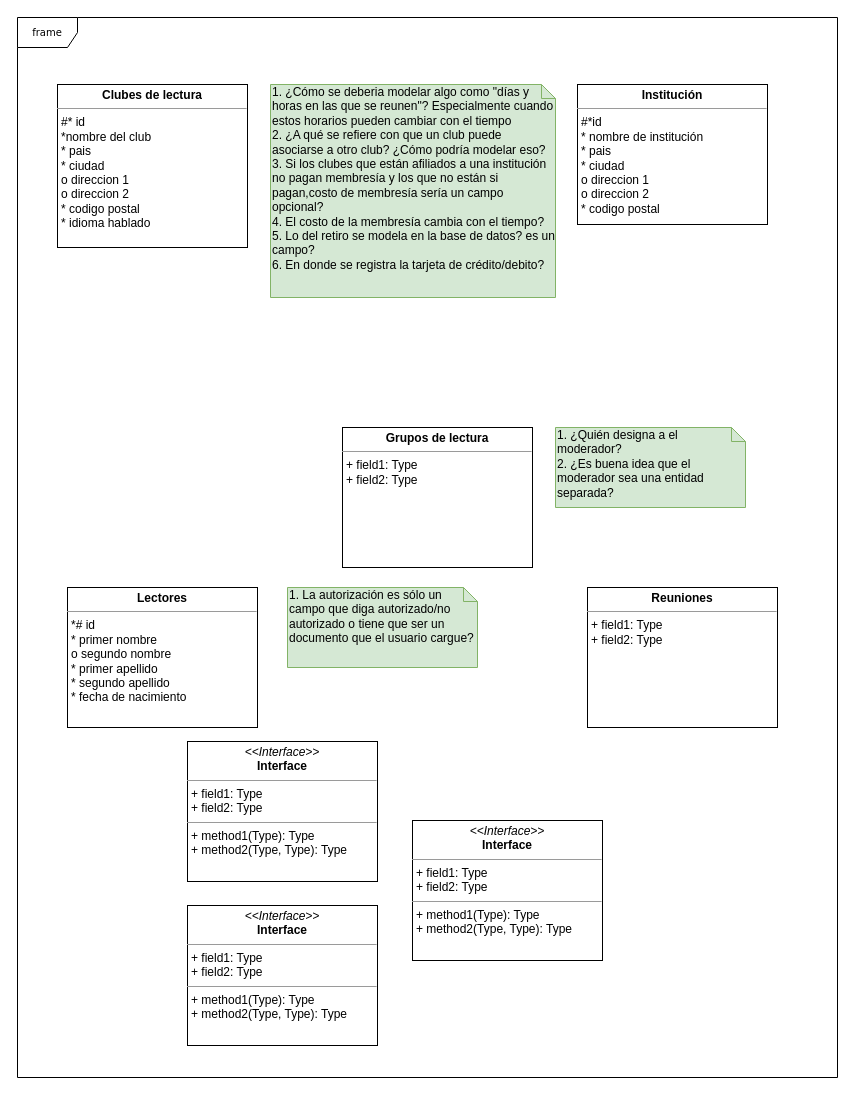
Above: DB I/RC (Pseudo) Data structure.drawio in NeutronBlast/IS-Ex (draw.io), before the change. Source tidied: cells renumbered, new cells numbered last; positions are measured from the earlier drawing's top-left corner, leaving out a move shared by most shapes. Both pictures are drawn from the tidied source at 100%, with x=0, y=0 at pixel (17, 17).
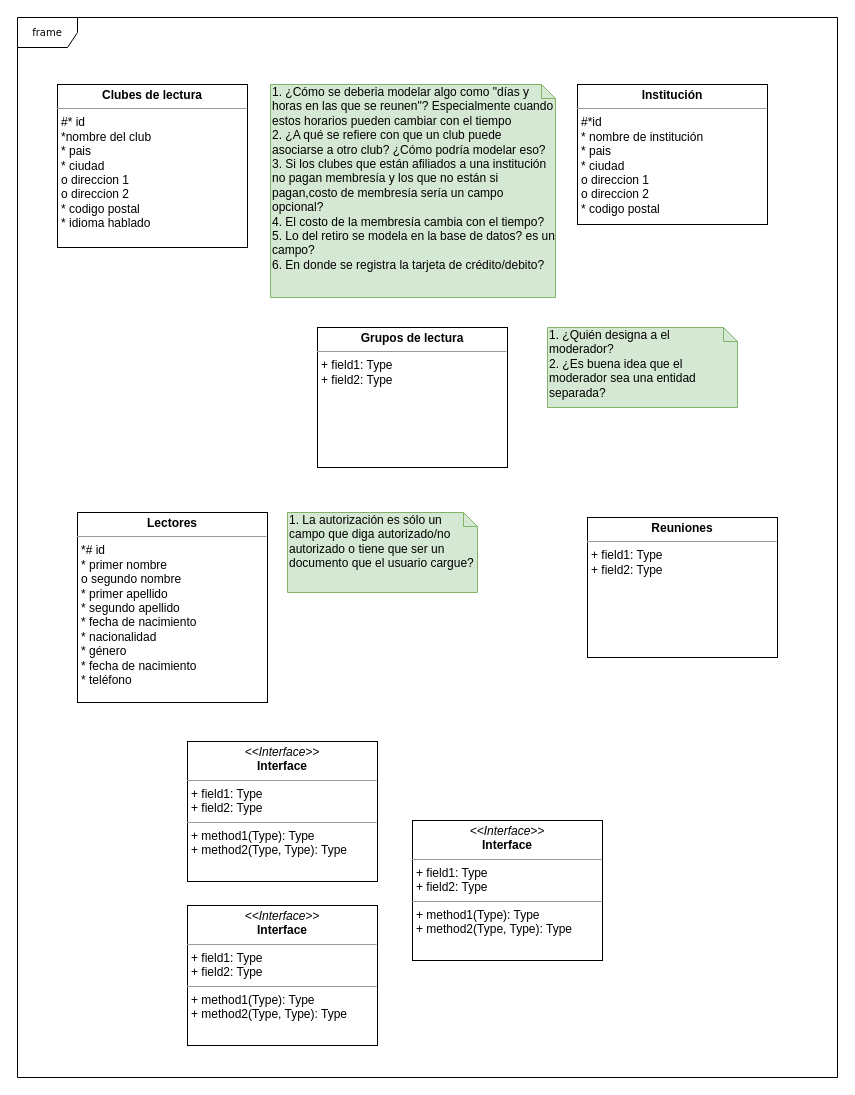
The same page after the edit.

The edit, as a diff of the source:
```diff
@@
 <mxGraphModel background="#ffffff">
   <root>
     <mxCell id="0" />
     <mxCell id="1" parent="0" />
     <mxCell id="2" value="frame" style="shape=umlFrame;whiteSpace=wrap;html=1;rounded=0;shadow=0;comic=0;labelBackgroundColor=none;strokeColor=#000000;strokeWidth=1;fillColor=#ffffff;fontFamily=Verdana;fontSize=10;fontColor=#000000;align=center;" parent="1" vertex="1">
       <mxGeometry width="820" height="1060" as="geometry" />
     </mxCell>
     <mxCell id="3" value="&lt;p style=&quot;margin:0px;margin-top:4px;text-align:center;&quot;&gt;&lt;i&gt;&amp;lt;&amp;lt;Interface&amp;gt;&amp;gt;&lt;/i&gt;&lt;br/&gt;&lt;b&gt;Interface&lt;/b&gt;&lt;/p&gt;&lt;hr size=&quot;1&quot;/&gt;&lt;p style=&quot;margin:0px;margin-left:4px;&quot;&gt;+ field1: Type&lt;br/&gt;+ field2: Type&lt;/p&gt;&lt;hr size=&quot;1&quot;/&gt;&lt;p style=&quot;margin:0px;margin-left:4px;&quot;&gt;+ method1(Type): Type&lt;br/&gt;+ method2(Type, Type): Type&lt;/p&gt;" style="verticalAlign=top;align=left;overflow=fill;fontSize=12;fontFamily=Helvetica;html=1;rounded=0;shadow=0;comic=0;labelBackgroundColor=none;strokeColor=#000000;strokeWidth=1;fillColor=#ffffff;" parent="1" vertex="1">
       <mxGeometry x="395" y="803" width="190" height="140" as="geometry" />
     </mxCell>
     <mxCell id="4" value="&lt;p style=&quot;margin: 0px ; margin-top: 4px ; text-align: center&quot;&gt;&lt;b&gt;Institución&lt;/b&gt;&lt;/p&gt;&lt;hr size=&quot;1&quot;&gt;&lt;p style=&quot;margin: 0px ; margin-left: 4px&quot;&gt;#*id&amp;nbsp;&lt;/p&gt;&lt;p style=&quot;margin: 0px ; margin-left: 4px&quot;&gt;* nombre de institución&lt;/p&gt;&lt;p style=&quot;margin: 0px 0px 0px 4px&quot;&gt;* pais&lt;/p&gt;&lt;p style=&quot;margin: 0px 0px 0px 4px&quot;&gt;* ciudad&lt;/p&gt;&lt;p style=&quot;margin: 0px 0px 0px 4px&quot;&gt;o direccion 1&lt;/p&gt;&lt;p style=&quot;margin: 0px 0px 0px 4px&quot;&gt;o direccion 2&lt;/p&gt;&lt;p style=&quot;margin: 0px 0px 0px 4px&quot;&gt;* codigo postal&lt;/p&gt;" style="verticalAlign=top;align=left;overflow=fill;fontSize=12;fontFamily=Helvetica;html=1;rounded=0;shadow=0;comic=0;labelBackgroundColor=none;strokeColor=#000000;strokeWidth=1;fillColor=#ffffff;" parent="1" vertex="1">
       <mxGeometry x="560" y="67" width="190" height="140" as="geometry" />
     </mxCell>
     <mxCell id="5" value="&lt;p style=&quot;margin:0px;margin-top:4px;text-align:center;&quot;&gt;&lt;i&gt;&amp;lt;&amp;lt;Interface&amp;gt;&amp;gt;&lt;/i&gt;&lt;br/&gt;&lt;b&gt;Interface&lt;/b&gt;&lt;/p&gt;&lt;hr size=&quot;1&quot;/&gt;&lt;p style=&quot;margin:0px;margin-left:4px;&quot;&gt;+ field1: Type&lt;br/&gt;+ field2: Type&lt;/p&gt;&lt;hr size=&quot;1&quot;/&gt;&lt;p style=&quot;margin:0px;margin-left:4px;&quot;&gt;+ method1(Type): Type&lt;br/&gt;+ method2(Type, Type): Type&lt;/p&gt;" style="verticalAlign=top;align=left;overflow=fill;fontSize=12;fontFamily=Helvetica;html=1;rounded=0;shadow=0;comic=0;labelBackgroundColor=none;strokeColor=#000000;strokeWidth=1;fillColor=#ffffff;" parent="1" vertex="1">
       <mxGeometry x="170" y="888" width="190" height="140" as="geometry" />
     </mxCell>
     <mxCell id="6" value="&lt;p style=&quot;margin:0px;margin-top:4px;text-align:center;&quot;&gt;&lt;i&gt;&amp;lt;&amp;lt;Interface&amp;gt;&amp;gt;&lt;/i&gt;&lt;br/&gt;&lt;b&gt;Interface&lt;/b&gt;&lt;/p&gt;&lt;hr size=&quot;1&quot;/&gt;&lt;p style=&quot;margin:0px;margin-left:4px;&quot;&gt;+ field1: Type&lt;br/&gt;+ field2: Type&lt;/p&gt;&lt;hr size=&quot;1&quot;/&gt;&lt;p style=&quot;margin:0px;margin-left:4px;&quot;&gt;+ method1(Type): Type&lt;br/&gt;+ method2(Type, Type): Type&lt;/p&gt;" style="verticalAlign=top;align=left;overflow=fill;fontSize=12;fontFamily=Helvetica;html=1;rounded=0;shadow=0;comic=0;labelBackgroundColor=none;strokeColor=#000000;strokeWidth=1;fillColor=#ffffff;" parent="1" vertex="1">
       <mxGeometry x="170" y="724" width="190" height="140" as="geometry" />
     </mxCell>
     <mxCell id="7" value="&lt;p style=&quot;margin: 0px ; margin-top: 4px ; text-align: center&quot;&gt;&lt;b&gt;Reuniones&lt;/b&gt;&lt;/p&gt;&lt;hr size=&quot;1&quot;&gt;&lt;p style=&quot;margin: 0px ; margin-left: 4px&quot;&gt;+ field1: Type&lt;br&gt;+ field2: Type&lt;/p&gt;&lt;p style=&quot;margin: 0px ; margin-left: 4px&quot;&gt;&lt;br&gt;&lt;/p&gt;" style="verticalAlign=top;align=left;overflow=fill;fontSize=12;fontFamily=Helvetica;html=1;rounded=0;shadow=0;comic=0;labelBackgroundColor=none;strokeColor=#000000;strokeWidth=1;fillColor=#ffffff;" parent="1" vertex="1">
-      <mxGeometry x="570" y="570" width="190" height="140" as="geometry" />
+      <mxGeometry x="570" y="500" width="190" height="140" as="geometry" />
     </mxCell>
     <mxCell id="8" value="&lt;p style=&quot;margin: 0px ; margin-top: 4px ; text-align: center&quot;&gt;&lt;b&gt;Clubes de lectura&lt;/b&gt;&lt;/p&gt;&lt;hr size=&quot;1&quot;&gt;&lt;p style=&quot;margin: 0px ; margin-left: 4px&quot;&gt;#* id&lt;/p&gt;&lt;p style=&quot;margin: 0px ; margin-left: 4px&quot;&gt;*nombre del club&lt;/p&gt;&lt;p style=&quot;margin: 0px ; margin-left: 4px&quot;&gt;* pais&lt;/p&gt;&lt;p style=&quot;margin: 0px ; margin-left: 4px&quot;&gt;* ciudad&lt;/p&gt;&lt;p style=&quot;margin: 0px ; margin-left: 4px&quot;&gt;o direccion 1&lt;/p&gt;&lt;p style=&quot;margin: 0px ; margin-left: 4px&quot;&gt;o direccion 2&lt;/p&gt;&lt;p style=&quot;margin: 0px ; margin-left: 4px&quot;&gt;* codigo postal&lt;/p&gt;&lt;p style=&quot;margin: 0px ; margin-left: 4px&quot;&gt;* idioma hablado&lt;/p&gt;&lt;p style=&quot;margin: 0px ; margin-left: 4px&quot;&gt;&lt;br&gt;&lt;/p&gt;" style="verticalAlign=top;align=left;overflow=fill;fontSize=12;fontFamily=Helvetica;html=1;rounded=0;shadow=0;comic=0;labelBackgroundColor=none;strokeColor=#000000;strokeWidth=1;fillColor=#ffffff;" parent="1" vertex="1">
       <mxGeometry x="40" y="67" width="190" height="163" as="geometry" />
     </mxCell>
-    <mxCell id="9" value="&lt;p style=&quot;margin: 0px ; margin-top: 4px ; text-align: center&quot;&gt;&lt;b&gt;Lectores&lt;/b&gt;&lt;/p&gt;&lt;hr size=&quot;1&quot;&gt;&lt;p style=&quot;margin: 0px ; margin-left: 4px&quot;&gt;*# id&lt;/p&gt;&lt;p style=&quot;margin: 0px ; margin-left: 4px&quot;&gt;* primer nombre&lt;/p&gt;&lt;p style=&quot;margin: 0px ; margin-left: 4px&quot;&gt;o segundo nombre&lt;/p&gt;&lt;p style=&quot;margin: 0px ; margin-left: 4px&quot;&gt;* primer apellido&lt;/p&gt;&lt;p style=&quot;margin: 0px ; margin-left: 4px&quot;&gt;* segundo apellido&lt;/p&gt;&lt;p style=&quot;margin: 0px ; margin-left: 4px&quot;&gt;* fecha de nacimiento&lt;/p&gt;&lt;p style=&quot;margin: 0px ; margin-left: 4px&quot;&gt;&lt;br&gt;&lt;/p&gt;" style="verticalAlign=top;align=left;overflow=fill;fontSize=12;fontFamily=Helvetica;html=1;rounded=0;shadow=0;comic=0;labelBackgroundColor=none;strokeColor=#000000;strokeWidth=1;fillColor=#ffffff;" parent="1" vertex="1">
-      <mxGeometry x="50" y="570" width="190" height="140" as="geometry" />
+    <mxCell id="9" value="&lt;p style=&quot;margin: 0px ; margin-top: 4px ; text-align: center&quot;&gt;&lt;b&gt;Lectores&lt;/b&gt;&lt;/p&gt;&lt;hr size=&quot;1&quot;&gt;&lt;p style=&quot;margin: 0px ; margin-left: 4px&quot;&gt;*# id&lt;/p&gt;&lt;p style=&quot;margin: 0px ; margin-left: 4px&quot;&gt;* primer nombre&lt;/p&gt;&lt;p style=&quot;margin: 0px ; margin-left: 4px&quot;&gt;o segundo nombre&lt;/p&gt;&lt;p style=&quot;margin: 0px ; margin-left: 4px&quot;&gt;* primer apellido&lt;/p&gt;&lt;p style=&quot;margin: 0px ; margin-left: 4px&quot;&gt;* segundo apellido&lt;/p&gt;&lt;p style=&quot;margin: 0px ; margin-left: 4px&quot;&gt;* fecha de nacimiento&lt;/p&gt;&lt;p style=&quot;margin: 0px ; margin-left: 4px&quot;&gt;* nacionalidad&lt;/p&gt;&lt;p style=&quot;margin: 0px ; margin-left: 4px&quot;&gt;* género&lt;/p&gt;&lt;p style=&quot;margin: 0px ; margin-left: 4px&quot;&gt;* fecha de nacimiento&lt;/p&gt;&lt;p style=&quot;margin: 0px ; margin-left: 4px&quot;&gt;* teléfono&lt;/p&gt;" style="verticalAlign=top;align=left;overflow=fill;fontSize=12;fontFamily=Helvetica;html=1;rounded=0;shadow=0;comic=0;labelBackgroundColor=none;strokeColor=#000000;strokeWidth=1;fillColor=#ffffff;" parent="1" vertex="1">
+      <mxGeometry x="60" y="495" width="190" height="190" as="geometry" />
     </mxCell>
     <mxCell id="10" value="&lt;p style=&quot;margin: 0px ; margin-top: 4px ; text-align: center&quot;&gt;&lt;b&gt;Grupos de lectura&lt;/b&gt;&lt;/p&gt;&lt;hr size=&quot;1&quot;&gt;&lt;p style=&quot;margin: 0px ; margin-left: 4px&quot;&gt;+ field1: Type&lt;br&gt;+ field2: Type&lt;/p&gt;" style="verticalAlign=top;align=left;overflow=fill;fontSize=12;fontFamily=Helvetica;html=1;rounded=0;shadow=0;comic=0;labelBackgroundColor=none;strokeColor=#000000;strokeWidth=1;fillColor=#ffffff;" parent="1" vertex="1">
-      <mxGeometry x="325" y="410" width="190" height="140" as="geometry" />
+      <mxGeometry x="300" y="310" width="190" height="140" as="geometry" />
     </mxCell>
     <mxCell id="11" value="1. ¿Cómo se deberia modelar algo como &quot;días y horas en las que se reunen&quot;? Especialmente cuando estos horarios pueden cambiar con el tiempo&lt;br&gt;2. ¿A qué se refiere con que un club puede asociarse a otro club? ¿Cómo podría modelar eso?&lt;br&gt;3. Si los clubes que están afiliados a una institución no pagan membresía y los que no están si pagan,costo de membresía sería un campo opcional?&lt;br&gt;4. El costo de la membresía cambia con el tiempo?&lt;br&gt;5. Lo del retiro se modela en la base de datos? es un campo?&lt;br&gt;6. En donde se registra la tarjeta de crédito/debito?" style="shape=note;whiteSpace=wrap;html=1;size=14;verticalAlign=top;align=left;spacingTop=-6;fillColor=#d5e8d4;strokeColor=#82b366;" parent="1" vertex="1">
       <mxGeometry x="253" y="67" width="285" height="213" as="geometry" />
     </mxCell>
     <mxCell id="12" value="1. La autorización es sólo un campo que diga autorizado/no autorizado o tiene que ser un documento que el usuario cargue?" style="shape=note;whiteSpace=wrap;html=1;size=14;verticalAlign=top;align=left;spacingTop=-6;fillColor=#d5e8d4;strokeColor=#82b366;" parent="1" vertex="1">
-      <mxGeometry x="270" y="570" width="190" height="80" as="geometry" />
+      <mxGeometry x="270" y="495" width="190" height="80" as="geometry" />
     </mxCell>
     <mxCell id="13" value="1. ¿Quién designa a el moderador?&lt;br&gt;2. ¿Es buena idea que el moderador sea una entidad separada?" style="shape=note;whiteSpace=wrap;html=1;size=14;verticalAlign=top;align=left;spacingTop=-6;fillColor=#d5e8d4;strokeColor=#82b366;" parent="1" vertex="1">
-      <mxGeometry x="538" y="410" width="190" height="80" as="geometry" />
+      <mxGeometry x="530" y="310" width="190" height="80" as="geometry" />
     </mxCell>
   </root>
 </mxGraphModel>
```
